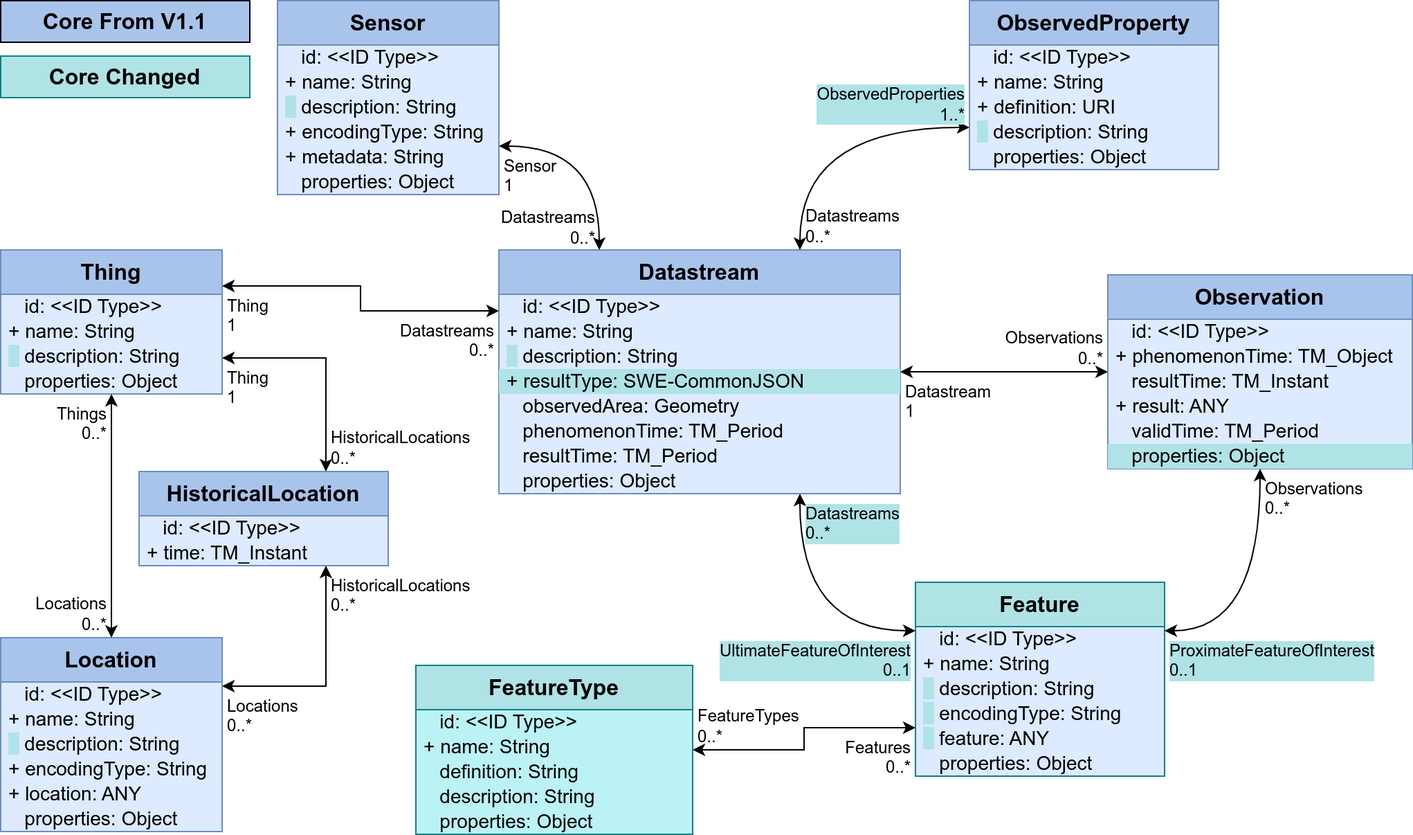
The draw.io diagram images/GRP0001.png in opengeospatial/sensorthings, before a commit. Source tidied: cells renumbered, new cells last; positions are measured from the earlier drawing's top-left corner, leaving out a move shared by most shapes.
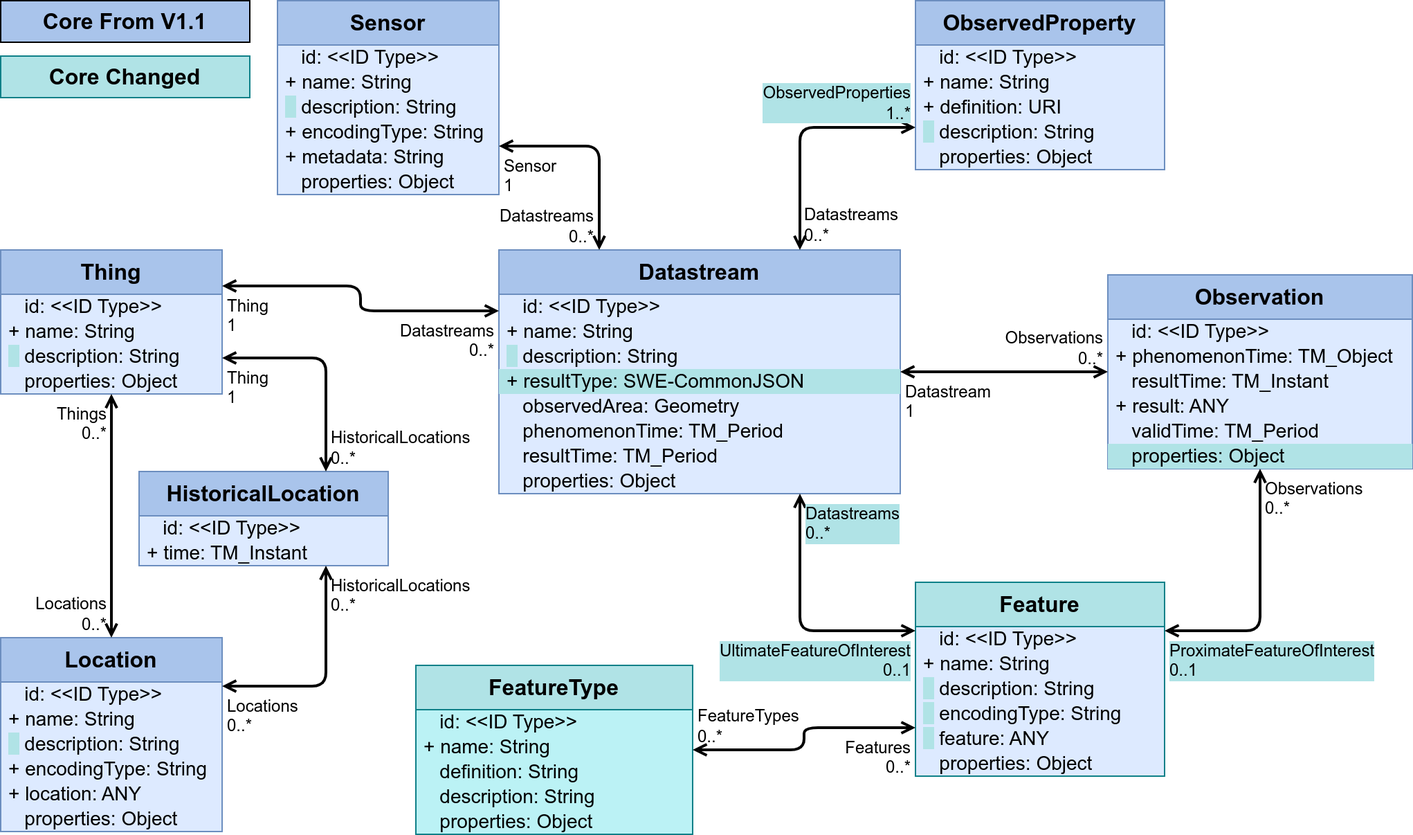
After the change.

What changed in the source:
```diff
@@ -50,7 +50,7 @@
     <mxCell id="17" value="&amp;nbsp;&amp;nbsp;&amp;nbsp;properties: Object" style="text;strokeColor=none;fillColor=none;align=left;verticalAlign=middle;spacingLeft=4;spacingRight=4;overflow=visible;html=1;fontSize=14;" parent="11" vertex="1">
       <mxGeometry y="122" width="180" height="18" as="geometry" />
     </mxCell>
-    <mxCell id="18" style="endArrow=classic;startArrow=classic;html=1;rounded=0;exitX=0;exitY=0.25;exitDx=0;exitDy=0;edgeStyle=orthogonalEdgeStyle;entryX=0.75;entryY=1;entryDx=0;entryDy=0;curved=1;" parent="1" edge="1" source="11" target="2">
+    <mxCell id="18" style="endArrow=open;startArrow=open;html=1;rounded=1;exitX=0;exitY=0.25;exitDx=0;exitDy=0;edgeStyle=orthogonalEdgeStyle;entryX=0.75;entryY=1;entryDx=0;entryDy=0;curved=0;strokeWidth=2;startFill=0;endFill=0;" parent="1" edge="1" source="11" target="2">
       <mxGeometry relative="1" as="geometry" />
     </mxCell>
     <mxCell id="19" value="UltimateFeatureOfInterest&lt;br&gt;0..1" style="edgeLabel;html=1;align=right;verticalAlign=top;labelBackgroundColor=#B0E3E6;fontSize=12;spacingLeft=1;spacing=3;spacingRight=2;" parent="18" vertex="1">
@@ -77,7 +77,7 @@
     <mxCell id="26" value="&amp;nbsp;&amp;nbsp;&amp;nbsp;properties: Object" style="text;strokeColor=none;fillColor=none;align=left;verticalAlign=middle;spacingLeft=4;spacingRight=4;overflow=visible;html=1;fontSize=14;" parent="21" vertex="1">
       <mxGeometry y="104" width="200" height="18" as="geometry" />
     </mxCell>
-    <mxCell id="27" style="endArrow=classic;startArrow=classic;html=1;rounded=0;edgeStyle=orthogonalEdgeStyle;entryX=0;entryY=0.75;entryDx=0;entryDy=0;exitX=1;exitY=0.5;exitDx=0;exitDy=0;" parent="1" edge="1" source="21" target="11">
+    <mxCell id="27" style="endArrow=open;startArrow=open;html=1;rounded=1;edgeStyle=orthogonalEdgeStyle;entryX=0;entryY=0.75;entryDx=0;entryDy=0;exitX=1;exitY=0.5;exitDx=0;exitDy=0;strokeWidth=2;curved=0;startFill=0;endFill=0;" parent="1" edge="1" source="21" target="11">
       <mxGeometry relative="1" as="geometry" />
     </mxCell>
     <mxCell id="28" value="FeatureTypes&lt;br&gt;0..*" style="edgeLabel;html=1;align=left;verticalAlign=bottom;labelBackgroundColor=none;fontSize=12;spacingLeft=1;spacing=3;spacingRight=2;" parent="27" vertex="1">
@@ -116,7 +116,7 @@
     <mxCell id="39" value="&amp;nbsp;&amp;nbsp;&amp;nbsp;properties: Object" style="text;strokeColor=none;fillColor=none;align=left;verticalAlign=middle;spacingLeft=4;spacingRight=4;overflow=visible;html=1;fontSize=14;" parent="33" vertex="1">
       <mxGeometry y="122" width="160" height="18" as="geometry" />
     </mxCell>
-    <mxCell id="40" style="endArrow=classic;startArrow=classic;html=1;rounded=0;entryX=0.75;entryY=1;entryDx=0;entryDy=0;edgeStyle=orthogonalEdgeStyle;exitX=1;exitY=0.25;exitDx=0;exitDy=0;" parent="1" edge="1" source="33" target="30">
+    <mxCell id="40" style="endArrow=open;startArrow=open;html=1;rounded=1;entryX=0.75;entryY=1;entryDx=0;entryDy=0;edgeStyle=orthogonalEdgeStyle;exitX=1;exitY=0.25;exitDx=0;exitDy=0;strokeWidth=2;curved=0;startFill=0;endFill=0;" parent="1" edge="1" source="33" target="30">
       <mxGeometry relative="1" as="geometry" />
     </mxCell>
     <mxCell id="41" value="Locations&lt;br&gt;0..*" style="edgeLabel;html=1;align=left;verticalAlign=top;labelBackgroundColor=none;fontSize=12;spacingLeft=1;spacing=3;spacingRight=2;" parent="40" vertex="1">
@@ -146,7 +146,7 @@
     <mxCell id="49" value="&amp;nbsp;&amp;nbsp;&amp;nbsp;properties: Object" style="text;strokeColor=none;fillColor=#b0e3e6;align=left;verticalAlign=middle;spacingLeft=4;spacingRight=4;overflow=visible;html=1;fontSize=14;" parent="43" vertex="1">
       <mxGeometry y="122" width="220" height="18" as="geometry" />
     </mxCell>
-    <mxCell id="50" style="endArrow=classic;startArrow=classic;html=1;rounded=0;exitX=0;exitY=0.5;exitDx=0;exitDy=0;entryX=1;entryY=0.5;entryDx=0;entryDy=0;edgeStyle=orthogonalEdgeStyle;" parent="1" edge="1" source="43" target="2">
+    <mxCell id="50" style="endArrow=open;startArrow=open;html=1;rounded=1;exitX=0;exitY=0.5;exitDx=0;exitDy=0;entryX=1;entryY=0.5;entryDx=0;entryDy=0;edgeStyle=orthogonalEdgeStyle;strokeWidth=2;curved=0;startFill=0;endFill=0;" parent="1" edge="1" source="43" target="2">
       <mxGeometry relative="1" as="geometry" />
     </mxCell>
     <mxCell id="51" value="Observations&lt;br&gt;0..*" style="edgeLabel;html=1;align=right;verticalAlign=bottom;labelBackgroundColor=none;fontSize=12;spacingLeft=1;spacing=3;spacingRight=2;" parent="50" vertex="1">
@@ -155,7 +155,7 @@
     <mxCell id="52" value="Datastream&lt;br&gt;1" style="edgeLabel;html=1;align=left;verticalAlign=top;labelBackgroundColor=none;fontSize=12;spacingLeft=1;spacing=3;spacingRight=2;" parent="50" vertex="1">
       <mxGeometry x="1" relative="1" as="geometry" />
     </mxCell>
-    <mxCell id="53" style="endArrow=classic;startArrow=classic;html=1;rounded=0;exitX=0.5;exitY=1;exitDx=0;exitDy=0;edgeStyle=orthogonalEdgeStyle;entryX=1;entryY=0.25;entryDx=0;entryDy=0;curved=1;" parent="1" edge="1" source="43" target="11">
+    <mxCell id="53" style="endArrow=open;startArrow=open;html=1;rounded=1;exitX=0.5;exitY=1;exitDx=0;exitDy=0;edgeStyle=orthogonalEdgeStyle;entryX=1;entryY=0.25;entryDx=0;entryDy=0;curved=0;strokeWidth=2;startFill=0;endFill=0;" parent="1" edge="1" source="43" target="11">
       <mxGeometry relative="1" as="geometry" />
     </mxCell>
     <mxCell id="54" value="Observations&lt;br&gt;0..*" style="edgeLabel;html=1;align=left;verticalAlign=top;labelBackgroundColor=none;fontSize=12;spacingLeft=1;spacing=3;spacingRight=2;" parent="53" vertex="1">
@@ -165,7 +165,7 @@
       <mxGeometry x="1" relative="1" as="geometry" />
     </mxCell>
     <mxCell id="56" value="ObservedProperty" style="swimlane;fontStyle=1;horizontal=1;startSize=32;fontSize=16;whiteSpace=wrap;html=1;fillColor=#A9C4EB;strokeColor=#6c8ebf;swimlaneFillColor=#DDEAFF;verticalAlign=top;" parent="1" vertex="1">
-      <mxGeometry x="700" width="180" height="122" as="geometry" />
+      <mxGeometry x="661" width="180" height="122" as="geometry" />
     </mxCell>
     <mxCell id="57" value="&amp;nbsp;&amp;nbsp;&amp;nbsp;id: &amp;lt;&amp;lt;ID Type&amp;gt;&amp;gt;" style="text;strokeColor=none;fillColor=none;align=left;verticalAlign=middle;spacingLeft=4;spacingRight=4;overflow=visible;html=1;fontSize=14;" parent="56" vertex="1">
       <mxGeometry y="32" width="180" height="18" as="geometry" />
@@ -182,7 +182,7 @@
     <mxCell id="61" value="&amp;nbsp;&amp;nbsp;&amp;nbsp;properties: Object" style="text;strokeColor=none;fillColor=none;align=left;verticalAlign=middle;spacingLeft=4;spacingRight=4;overflow=visible;html=1;fontSize=14;" parent="56" vertex="1">
       <mxGeometry y="104" width="180" height="18" as="geometry" />
     </mxCell>
-    <mxCell id="62" style="endArrow=classic;startArrow=classic;html=1;rounded=0;edgeStyle=orthogonalEdgeStyle;entryX=0.75;entryY=0;entryDx=0;entryDy=0;exitX=0;exitY=0.75;exitDx=0;exitDy=0;curved=1;" parent="1" edge="1" source="56" target="2">
+    <mxCell id="62" style="endArrow=open;startArrow=open;html=1;rounded=1;edgeStyle=orthogonalEdgeStyle;entryX=0.75;entryY=0;entryDx=0;entryDy=0;exitX=0;exitY=0.75;exitDx=0;exitDy=0;curved=0;strokeWidth=2;startFill=0;endFill=0;" parent="1" edge="1" source="56" target="2">
       <mxGeometry relative="1" as="geometry" />
     </mxCell>
     <mxCell id="63" value="ObservedProperties&lt;br&gt;1..*" style="edgeLabel;html=1;align=right;verticalAlign=bottom;labelBackgroundColor=#B0E3E6;fontSize=12;spacingLeft=1;spacing=3;spacingRight=2;" parent="62" vertex="1">
@@ -212,7 +212,7 @@
     <mxCell id="71" value="&amp;nbsp;&amp;nbsp;&amp;nbsp;properties: Object" style="text;strokeColor=none;fillColor=none;align=left;verticalAlign=middle;spacingLeft=4;spacingRight=4;overflow=visible;html=1;fontSize=14;" parent="65" vertex="1">
       <mxGeometry y="122" width="160" height="18" as="geometry" />
     </mxCell>
-    <mxCell id="72" style="endArrow=classic;startArrow=classic;html=1;rounded=0;entryX=0.25;entryY=0;entryDx=0;entryDy=0;edgeStyle=orthogonalEdgeStyle;exitX=1;exitY=0.75;exitDx=0;exitDy=0;curved=1;" parent="1" edge="1" source="65" target="2">
+    <mxCell id="72" style="endArrow=open;startArrow=open;html=1;rounded=1;entryX=0.25;entryY=0;entryDx=0;entryDy=0;edgeStyle=orthogonalEdgeStyle;exitX=1;exitY=0.75;exitDx=0;exitDy=0;curved=0;strokeWidth=2;startFill=0;endFill=0;" parent="1" edge="1" source="65" target="2">
       <mxGeometry relative="1" as="geometry" />
     </mxCell>
     <mxCell id="73" value="Sensor&lt;br&gt;1" style="edgeLabel;html=1;align=left;verticalAlign=top;labelBackgroundColor=none;fontSize=12;spacingLeft=1;spacing=3;spacingRight=2;" parent="72" vertex="1">
@@ -236,7 +236,7 @@
     <mxCell id="79" value="&amp;nbsp;&amp;nbsp;&amp;nbsp;properties: Object" style="text;strokeColor=none;fillColor=none;align=left;verticalAlign=middle;spacingLeft=4;spacingRight=4;overflow=visible;html=1;fontSize=14;" parent="75" vertex="1">
       <mxGeometry y="86" width="160" height="18" as="geometry" />
     </mxCell>
-    <mxCell id="80" style="endArrow=classic;startArrow=classic;html=1;rounded=0;exitX=1;exitY=0.75;exitDx=0;exitDy=0;edgeStyle=orthogonalEdgeStyle;entryX=0.75;entryY=0;entryDx=0;entryDy=0;" parent="1" edge="1" source="75" target="30">
+    <mxCell id="80" style="endArrow=open;startArrow=open;html=1;rounded=1;exitX=1;exitY=0.75;exitDx=0;exitDy=0;edgeStyle=orthogonalEdgeStyle;entryX=0.75;entryY=0;entryDx=0;entryDy=0;strokeWidth=2;curved=0;startFill=0;endFill=0;" parent="1" edge="1" source="75" target="30">
       <mxGeometry relative="1" as="geometry" />
     </mxCell>
     <mxCell id="81" value="Thing&lt;br&gt;1" style="edgeLabel;html=1;align=left;verticalAlign=top;labelBackgroundColor=none;fontSize=12;spacingLeft=1;spacing=3;spacingRight=2;" parent="80" vertex="1">
@@ -245,7 +245,7 @@
     <mxCell id="82" value="HistoricalLocations&lt;br&gt;0..*" style="edgeLabel;html=1;align=left;verticalAlign=bottom;labelBackgroundColor=none;fontSize=12;spacingLeft=1;spacing=3;spacingRight=2;" parent="80" vertex="1">
       <mxGeometry x="1" relative="1" as="geometry" />
     </mxCell>
-    <mxCell id="83" style="endArrow=classic;startArrow=classic;html=1;rounded=0;noEdgeStyle=1;entryX=0.5;entryY=0;entryDx=0;entryDy=0;exitX=0.5;exitY=1;exitDx=0;exitDy=0;" parent="1" edge="1" source="75" target="33">
+    <mxCell id="83" style="endArrow=open;startArrow=open;html=1;rounded=1;noEdgeStyle=1;entryX=0.5;entryY=0;entryDx=0;entryDy=0;exitX=0.5;exitY=1;exitDx=0;exitDy=0;strokeWidth=2;curved=0;startFill=0;endFill=0;" parent="1" edge="1" source="75" target="33">
       <mxGeometry relative="1" as="geometry" />
     </mxCell>
     <mxCell id="84" value="Things&lt;br&gt;0..*" style="edgeLabel;html=1;align=right;verticalAlign=top;labelBackgroundColor=none;fontSize=12;spacingLeft=1;spacing=3;spacingRight=2;" parent="83" vertex="1">
@@ -254,7 +254,7 @@
     <mxCell id="85" value="Locations&lt;br&gt;0..*" style="edgeLabel;html=1;align=right;verticalAlign=bottom;labelBackgroundColor=none;fontSize=12;spacingLeft=1;spacing=3;spacingRight=2;" parent="83" vertex="1">
       <mxGeometry x="1" relative="1" as="geometry" />
     </mxCell>
-    <mxCell id="86" style="endArrow=classic;startArrow=classic;html=1;rounded=0;edgeStyle=orthogonalEdgeStyle;entryX=0;entryY=0.25;entryDx=0;entryDy=0;exitX=1;exitY=0.25;exitDx=0;exitDy=0;" parent="1" edge="1" source="75" target="2">
+    <mxCell id="86" style="endArrow=open;startArrow=open;html=1;rounded=1;edgeStyle=orthogonalEdgeStyle;entryX=0;entryY=0.25;entryDx=0;entryDy=0;exitX=1;exitY=0.25;exitDx=0;exitDy=0;strokeWidth=2;curved=0;startFill=0;endFill=0;" parent="1" edge="1" source="75" target="2">
       <mxGeometry relative="1" as="geometry" />
     </mxCell>
     <mxCell id="87" value="Thing&lt;br&gt;1" style="edgeLabel;html=1;align=left;verticalAlign=top;labelBackgroundColor=none;fontSize=12;spacingLeft=1;spacing=3;spacingRight=2;" parent="86" vertex="1">
```
